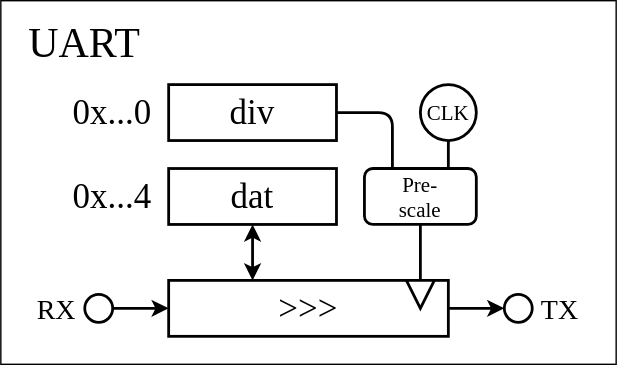
NextMicon/template-tinyfpga keeps this draw.io diagram as .packages/uart/img/uart.dio.svg. Above is the earlier version. Source tidied: cells renumbered, new cells last; positions are measured from the earlier drawing's top-left corner, leaving out a move shared by most shapes.
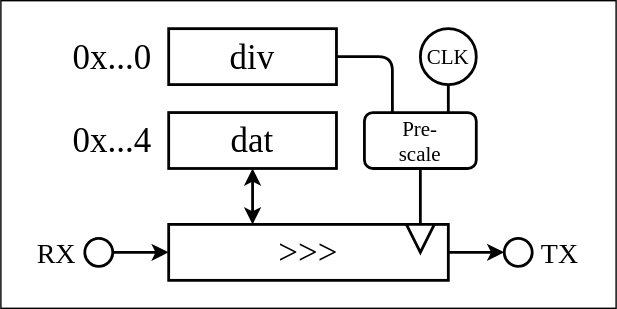
After the change.

The edit, as a diff of the source:
```diff
@@ -3,11 +3,8 @@
     <mxCell id="0" />
     <mxCell id="1" parent="0" />
     <mxCell id="2" style="rounded=0;whiteSpace=wrap;html=1;fillColor=default;" parent="1" vertex="1">
-      <mxGeometry width="440" height="260" as="geometry" />
+      <mxGeometry y="40" width="440" height="220" as="geometry" />
     </mxCell>
-    <mxCell id="3" value="UART" style="text;html=1;strokeColor=none;fillColor=none;align=center;verticalAlign=middle;whiteSpace=wrap;rounded=0;fontSize=30;fontFamily=Lucida Console;" parent="1" vertex="1">
-      <mxGeometry y="10" width="120" height="40" as="geometry" />
-    </mxCell>
     <mxCell id="4" value="0x...0" style="text;html=1;strokeColor=none;fillColor=none;align=right;verticalAlign=middle;whiteSpace=wrap;rounded=0;fontSize=25;fontFamily=Lucida Console;" parent="1" vertex="1">
       <mxGeometry x="20" y="60" width="90" height="40" as="geometry" />
     </mxCell>
```
